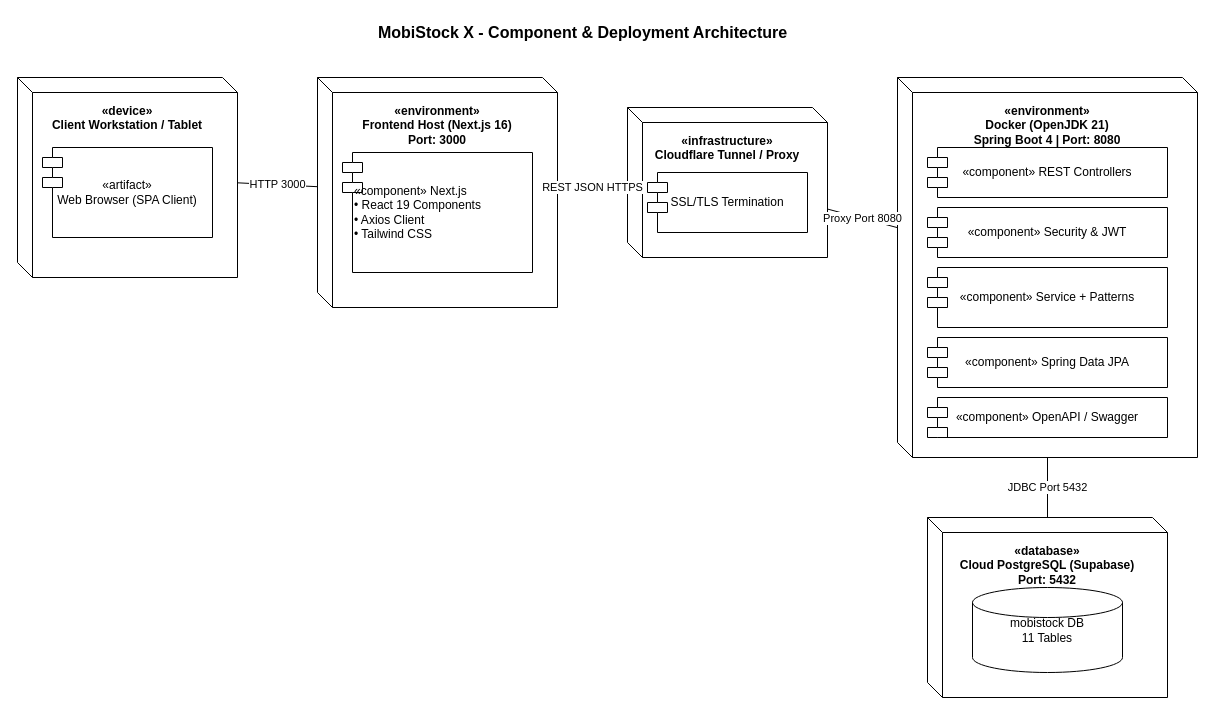
This is doc/diagrams/07_component_and_deployment/component_and_deployment_diagram.drawio from B-bsw/MobiStockX, a draw.io file, before an edit. Source tidied: cells renumbered, new cells numbered last; positions are measured from the earlier drawing's top-left corner, leaving out a move shared by most shapes. Both pictures are drawn from the tidied source at 100%, with x=0, y=0 at pixel (17, 17).
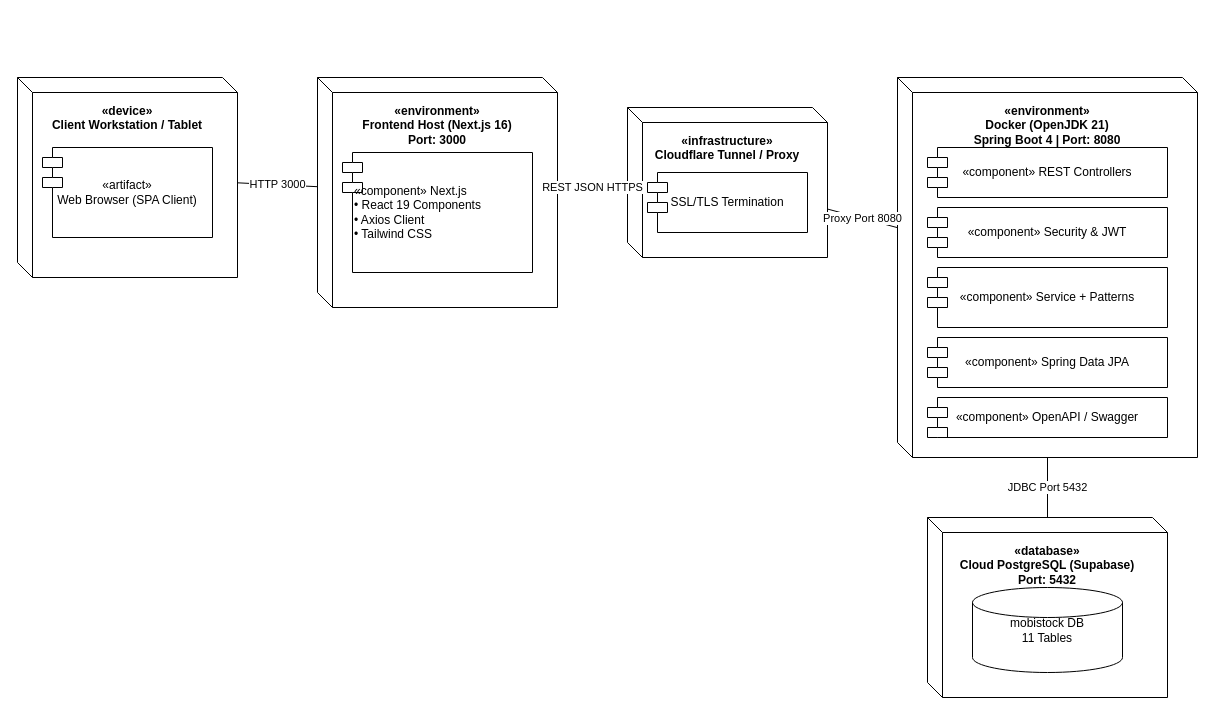
The same page after the edit.

Diff of the diagram source:
```diff
@@
-    <mxCell id="2" value="MobiStock X - Component &amp; Deployment Architecture" style="text;html=1;fontSize=16;fontStyle=1;align=center;verticalAlign=middle;fontColor=#000000;" parent="1" vertex="1">
-      <mxGeometry x="340" width="450" height="30" as="geometry" />
-    </mxCell>
```
